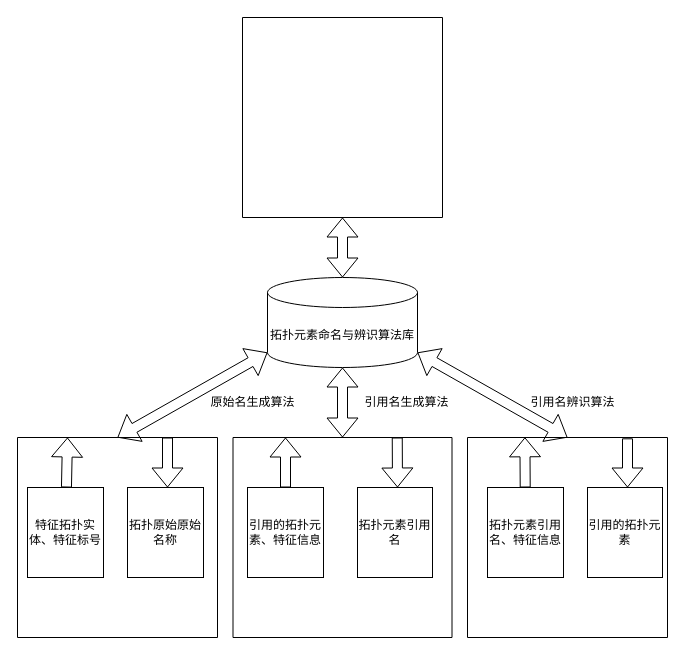
liuhuliuhu123/algorithms keeps this draw.io diagram as 算法库与系统交互示意图.drawio. Above is the earlier version. Source tidied: cells renumbered, new cells numbered last; positions are measured from the earlier drawing's top-left corner, leaving out a move shared by most shapes. Both pictures are drawn from the tidied source at 100%, with x=0, y=0 at pixel (17, 17).
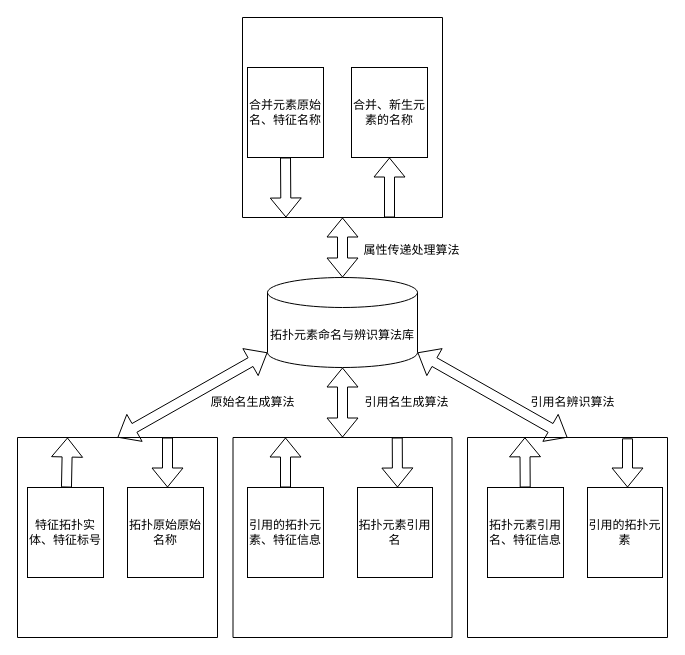
The same page after the edit.

Commit message (it also covers changes not shown here):
更新算法库与系统交互示意图.drawio

The change refers to these unchanged cells:
```xml
<mxCell id="19" style="swimlane;startSize=0;" parent="1" vertex="1">
  <mxGeometry x="225" width="200" height="200" as="geometry" />
</mxCell>
```

Change to the diagram source:
```diff
@@
+    <mxCell id="26" value="合并元素原始名、特征名称" style="rounded=0;whiteSpace=wrap;html=1;" parent="19" vertex="1">
+      <mxGeometry x="5" y="50" width="76" height="90" as="geometry" />
+    </mxCell>
+    <mxCell id="27" value="合并、新生元素的名称" style="rounded=0;whiteSpace=wrap;html=1;" parent="19" vertex="1">
+      <mxGeometry x="109" y="50" width="76" height="90" as="geometry" />
+    </mxCell>
+    <mxCell id="28" style="shape=flexArrow;endArrow=classic;html=1;rounded=0;exitX=0.5;exitY=1;exitDx=0;exitDy=0;entryX=0.217;entryY=1;entryDx=0;entryDy=0;entryPerimeter=0;" parent="19" edge="1" source="26" target="19">
+      <mxGeometry relative="1" as="geometry" />
+    </mxCell>
+    <mxCell id="29" style="shape=flexArrow;endArrow=classic;html=1;rounded=0;entryX=0.5;entryY=1;entryDx=0;entryDy=0;" parent="19" edge="1" target="27">
+      <mxGeometry relative="1" as="geometry">
+        <mxPoint x="147" y="200" as="sourcePoint" />
+      </mxGeometry>
+    </mxCell>
@@
+    <mxCell id="30" value="属性传递处理算法" style="text;html=1;align=center;verticalAlign=middle;strokeColor=none;fillColor=none;" parent="1" vertex="1">
+      <mxGeometry x="334" y="218" width="120" height="30" as="geometry" />
+    </mxCell>
```
